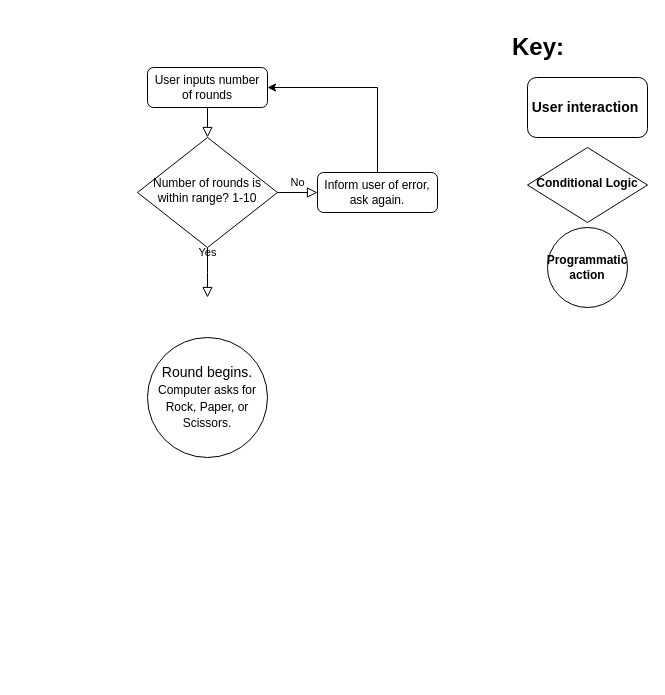
winters828/winters828 keeps this draw.io diagram as Untitled Diagram.drawio. Above is the earlier version. Source tidied: cells renumbered, new cells numbered last; positions are measured from the earlier drawing's top-left corner, leaving out a move shared by most shapes. Both pictures are drawn from the tidied source at 100%, with x=0, y=0 at pixel (137, 27).
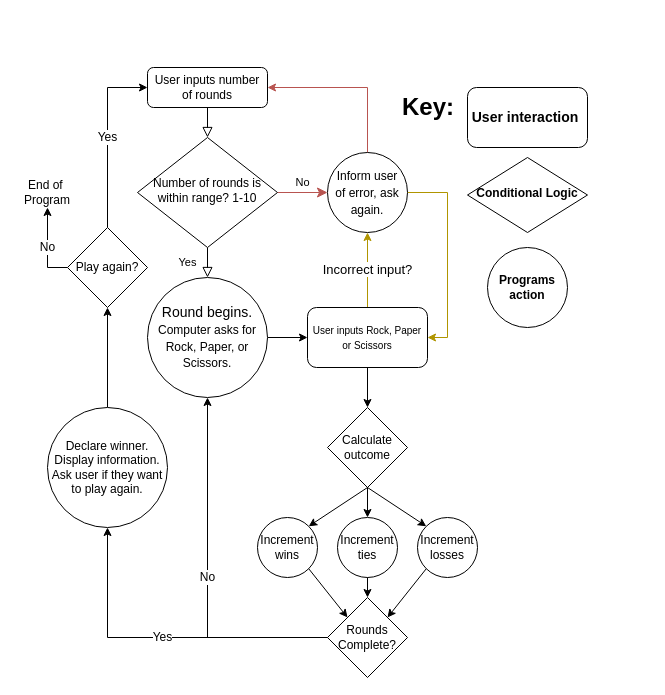
The same diagram, later.

The change refers to these unchanged cells:
```xml
<mxCell id="3" value="User inputs number of rounds" style="rounded=1;whiteSpace=wrap;html=1;fontSize=12;glass=0;strokeWidth=1;shadow=0;" parent="1" vertex="1">
  <mxGeometry x="10" y="40" width="120" height="40" as="geometry" />
</mxCell>
<mxCell id="6" value="&lt;font style=&quot;font-size: 12px;&quot;&gt;Number of rounds is within range? 1-10&lt;br&gt;&lt;/font&gt;" style="rhombus;whiteSpace=wrap;html=1;shadow=0;fontFamily=Helvetica;fontSize=12;align=center;strokeWidth=1;spacing=6;spacingTop=-4;" parent="1" vertex="1">
  <mxGeometry y="110" width="140" height="110" as="geometry" />
</mxCell>
```

What changed in the source:
```diff
@@
-    <mxCell id="4" value="Yes" style="rounded=0;html=1;jettySize=auto;fontSize=11;endArrow=block;endFill=0;endSize=8;strokeWidth=1;shadow=0;labelBackgroundColor=none;edgeStyle=orthogonalEdgeStyle;verticalAlign=middle;" parent="1" edge="1" source="6">
-      <mxGeometry y="20" relative="1" as="geometry">
-        <mxPoint x="70" y="270" as="targetPoint" />
-      </mxGeometry>
+    <mxCell id="4" value="Yes" style="rounded=0;html=1;jettySize=auto;fontSize=11;endArrow=block;endFill=0;endSize=8;strokeWidth=1;shadow=0;labelBackgroundColor=none;edgeStyle=orthogonalEdgeStyle;verticalAlign=middle;" parent="1" edge="1" source="6" target="13">
+      <mxGeometry y="20" relative="1" as="geometry" />
     </mxCell>
-    <mxCell id="5" value="No" style="edgeStyle=orthogonalEdgeStyle;rounded=0;html=1;jettySize=auto;fontSize=11;endArrow=block;endFill=0;endSize=8;strokeWidth=1;shadow=0;labelBackgroundColor=none;" parent="1" edge="1" source="6" target="8">
+    <mxCell id="5" value="No" style="edgeStyle=orthogonalEdgeStyle;rounded=0;html=1;jettySize=auto;fontSize=11;endArrow=classic;endFill=1;endSize=8;strokeWidth=1;shadow=0;labelBackgroundColor=none;entryX=0;entryY=0.5;entryDx=0;entryDy=0;labelBorderColor=none;fillColor=#f8cecc;strokeColor=#b85450;" parent="1" edge="1" source="6" target="8">
       <mxGeometry y="10" relative="1" as="geometry" />
     </mxCell>
@@
-    <mxCell id="7" style="edgeStyle=orthogonalEdgeStyle;rounded=0;jettySize=auto;html=1;entryX=1;entryY=0.5;entryDx=0;entryDy=0;strokeColor=default;" parent="1" edge="1" source="8" target="3">
-      <mxGeometry relative="1" as="geometry">
-        <Array as="points">
-          <mxPoint x="240" y="60" />
-        </Array>
-      </mxGeometry>
+    <mxCell id="7" style="edgeStyle=orthogonalEdgeStyle;rounded=0;jettySize=auto;html=1;entryX=1;entryY=0.5;entryDx=0;entryDy=0;strokeColor=#b85450;startArrow=none;exitX=0.5;exitY=0;exitDx=0;exitDy=0;fillColor=#f8cecc;" parent="1" edge="1" source="8" target="3">
+      <mxGeometry relative="1" as="geometry" />
     </mxCell>
-    <mxCell id="8" value="Inform user of error, ask again." style="rounded=1;whiteSpace=wrap;html=1;fontSize=12;glass=0;strokeWidth=1;shadow=0;" parent="1" vertex="1">
-      <mxGeometry x="180" y="145" width="120" height="40" as="geometry" />
-    </mxCell>
     <mxCell id="9" value="&lt;b&gt;Conditional Logic&lt;/b&gt;" style="rhombus;whiteSpace=wrap;html=1;shadow=0;fontFamily=Helvetica;fontSize=12;align=center;strokeWidth=1;spacing=6;spacingTop=-4;" parent="1" vertex="1">
-      <mxGeometry x="390" y="120" width="120" height="75" as="geometry" />
+      <mxGeometry x="330" y="130" width="120" height="75" as="geometry" />
     </mxCell>
-    <mxCell id="10" value="&lt;b&gt;Programmatic action&lt;/b&gt;" style="ellipse;whiteSpace=wrap;html=1;fontSize=12;" parent="1" vertex="1">
-      <mxGeometry x="410" y="200" width="80" height="80" as="geometry" />
+    <mxCell id="10" value="&lt;b&gt;Programs&lt;br&gt;action&lt;/b&gt;" style="ellipse;whiteSpace=wrap;html=1;fontSize=12;" parent="1" vertex="1">
+      <mxGeometry x="350" y="220" width="80" height="80" as="geometry" />
     </mxCell>
     <mxCell id="11" value="&lt;font style=&quot;font-size: 14px;&quot;&gt;&lt;b&gt;User interaction&amp;nbsp;&lt;/b&gt;&lt;/font&gt;" style="rounded=1;whiteSpace=wrap;html=1;fontSize=12;" parent="1" vertex="1">
-      <mxGeometry x="390" y="50" width="120" height="60" as="geometry" />
+      <mxGeometry x="330" y="60" width="120" height="60" as="geometry" />
     </mxCell>
     <mxCell id="12" value="&lt;h1&gt;Key:&lt;/h1&gt;" style="text;html=1;strokeColor=none;fillColor=none;spacing=5;spacingTop=-20;whiteSpace=wrap;overflow=hidden;rounded=0;fontSize=12;" parent="1" vertex="1">
-      <mxGeometry x="370" width="60" height="40" as="geometry" />
+      <mxGeometry x="260" y="60" width="60" height="40" as="geometry" />
     </mxCell>
+    <mxCell id="14" style="edgeStyle=orthogonalEdgeStyle;rounded=0;jettySize=auto;html=1;strokeColor=default;fontSize=12;" parent="1" edge="1" source="13" target="18">
+      <mxGeometry relative="1" as="geometry" />
+    </mxCell>
     <mxCell id="13" value="Round begins.&lt;br style=&quot;border-color: var(--border-color); font-size: 12px;&quot;&gt;&lt;span style=&quot;font-size: 12px;&quot;&gt;Computer asks for Rock, Paper, or Scissors.&lt;/span&gt;" style="ellipse;whiteSpace=wrap;html=1;fontSize=14;" parent="1" vertex="1">
-      <mxGeometry x="10" y="310" width="120" height="120" as="geometry" />
+      <mxGeometry x="10" y="250" width="120" height="120" as="geometry" />
     </mxCell>
+    <mxCell id="15" style="edgeStyle=orthogonalEdgeStyle;rounded=0;jettySize=auto;html=1;labelBorderColor=none;strokeColor=#B09500;fontSize=13;endArrow=classic;endFill=1;entryX=1;entryY=0.5;entryDx=0;entryDy=0;fillColor=#e3c800;" parent="1" edge="1" source="8" target="18">
+      <mxGeometry relative="1" as="geometry">
+        <Array as="points">
+          <mxPoint x="310" y="165" />
+          <mxPoint x="310" y="310" />
+        </Array>
+      </mxGeometry>
+    </mxCell>
+    <mxCell id="8" value="&lt;font style=&quot;font-size: 12px;&quot;&gt;Inform user &lt;br&gt;of error, ask again.&lt;/font&gt;" style="ellipse;whiteSpace=wrap;html=1;fontSize=14;" parent="1" vertex="1">
+      <mxGeometry x="190" y="125" width="80" height="80" as="geometry" />
+    </mxCell>
+    <mxCell id="16" value="Incorrect input?" style="edgeStyle=orthogonalEdgeStyle;rounded=0;jettySize=auto;html=1;labelBorderColor=none;strokeColor=#B09500;fontSize=13;endArrow=classic;endFill=1;fillColor=#e3c800;" parent="1" edge="1" source="18" target="8">
+      <mxGeometry relative="1" as="geometry" />
+    </mxCell>
+    <mxCell id="17" style="edgeStyle=orthogonalEdgeStyle;rounded=0;jettySize=auto;html=1;labelBorderColor=none;strokeColor=default;fontSize=12;endArrow=classic;endFill=1;" parent="1" edge="1" source="18" target="20">
+      <mxGeometry relative="1" as="geometry" />
+    </mxCell>
+    <mxCell id="18" value="&lt;font size=&quot;1&quot;&gt;User inputs Rock, Paper or Scissors&lt;/font&gt;" style="rounded=1;whiteSpace=wrap;html=1;fontSize=12;" parent="1" vertex="1">
+      <mxGeometry x="170" y="280" width="120" height="60" as="geometry" />
+    </mxCell>
+    <mxCell id="19" style="edgeStyle=orthogonalEdgeStyle;rounded=0;jettySize=auto;html=1;labelBorderColor=none;strokeColor=default;fontSize=12;endArrow=classic;endFill=1;" parent="1" edge="1" source="20" target="22">
+      <mxGeometry relative="1" as="geometry" />
+    </mxCell>
+    <mxCell id="20" value="Calculate&lt;br&gt;outcome" style="rhombus;whiteSpace=wrap;html=1;fontSize=12;" parent="1" vertex="1">
+      <mxGeometry x="190" y="380" width="80" height="80" as="geometry" />
+    </mxCell>
+    <mxCell id="21" value="Increment&lt;br&gt;wins" style="ellipse;whiteSpace=wrap;html=1;fontSize=12;" parent="1" vertex="1">
+      <mxGeometry x="120" y="490" width="60" height="60" as="geometry" />
+    </mxCell>
+    <mxCell id="22" value="Increment&lt;br style=&quot;border-color: var(--border-color);&quot;&gt;ties" style="ellipse;whiteSpace=wrap;html=1;fontSize=12;" parent="1" vertex="1">
+      <mxGeometry x="200" y="490" width="60" height="60" as="geometry" />
+    </mxCell>
+    <mxCell id="23" value="Increment&lt;br style=&quot;border-color: var(--border-color);&quot;&gt;losses" style="ellipse;whiteSpace=wrap;html=1;fontSize=12;" parent="1" vertex="1">
+      <mxGeometry x="280" y="490" width="60" height="60" as="geometry" />
+    </mxCell>
+    <mxCell id="24" style="endArrow=classic;html=1;rounded=0;labelBorderColor=none;strokeColor=default;fontSize=12;entryX=0;entryY=0;entryDx=0;entryDy=0;" parent="1" edge="1" target="23">
+      <mxGeometry relative="1" as="geometry">
+        <mxPoint x="230" y="460" as="sourcePoint" />
+      </mxGeometry>
+    </mxCell>
+    <mxCell id="25" style="endArrow=classic;html=1;rounded=0;labelBorderColor=none;strokeColor=default;fontSize=12;entryX=1;entryY=0;entryDx=0;entryDy=0;" parent="1" edge="1" target="21">
+      <mxGeometry relative="1" as="geometry">
+        <mxPoint x="230" y="460" as="sourcePoint" />
+      </mxGeometry>
+    </mxCell>
+    <mxCell id="26" value="Rounds&lt;br&gt;Complete?" style="rhombus;whiteSpace=wrap;html=1;fontSize=12;" parent="1" vertex="1">
+      <mxGeometry x="190" y="570" width="80" height="80" as="geometry" />
+    </mxCell>
+    <mxCell id="27" style="endArrow=classic;html=1;rounded=0;labelBorderColor=none;strokeColor=default;fontSize=12;entryX=0;entryY=0;entryDx=0;entryDy=0;exitX=1;exitY=1;exitDx=0;exitDy=0;" parent="1" edge="1" source="21" target="26">
+      <mxGeometry relative="1" as="geometry" />
+    </mxCell>
+    <mxCell id="28" style="endArrow=classic;html=1;rounded=0;labelBorderColor=none;strokeColor=default;fontSize=12;entryX=0.5;entryY=0;entryDx=0;entryDy=0;exitX=0.5;exitY=1;exitDx=0;exitDy=0;" parent="1" edge="1" source="22" target="26">
+      <mxGeometry relative="1" as="geometry" />
+    </mxCell>
+    <mxCell id="29" style="endArrow=classic;html=1;rounded=0;labelBorderColor=none;strokeColor=default;fontSize=12;exitX=0;exitY=1;exitDx=0;exitDy=0;entryX=1;entryY=0;entryDx=0;entryDy=0;" parent="1" edge="1" source="23" target="26">
+      <mxGeometry relative="1" as="geometry" />
+    </mxCell>
+    <mxCell id="30" value="No" style="endArrow=classic;html=1;rounded=0;labelBorderColor=none;strokeColor=default;fontSize=12;exitX=0;exitY=0.5;exitDx=0;exitDy=0;entryX=0.5;entryY=1;entryDx=0;entryDy=0;" parent="1" edge="1" source="26" target="13">
+      <mxGeometry relative="1" as="geometry">
+        <Array as="points">
+          <mxPoint x="70" y="610" />
+        </Array>
+      </mxGeometry>
+    </mxCell>
+    <mxCell id="31" value="Yes" style="endArrow=classic;html=1;rounded=0;labelBorderColor=none;strokeColor=default;fontSize=12;exitX=0;exitY=0.5;exitDx=0;exitDy=0;" parent="1" edge="1" source="26" target="33">
+      <mxGeometry relative="1" as="geometry">
+        <Array as="points">
+          <mxPoint x="-30" y="610" />
+        </Array>
+      </mxGeometry>
+    </mxCell>
+    <mxCell id="32" style="edgeStyle=orthogonalEdgeStyle;rounded=0;jettySize=auto;html=1;labelBorderColor=none;strokeColor=default;fontSize=12;endArrow=classic;endFill=1;" parent="1" edge="1" source="33" target="34">
+      <mxGeometry relative="1" as="geometry" />
+    </mxCell>
+    <mxCell id="33" value="&lt;font style=&quot;font-size: 12px;&quot;&gt;Declare winner. Display information. Ask user if they want to play again.&lt;/font&gt;" style="ellipse;whiteSpace=wrap;html=1;fontSize=12;" parent="1" vertex="1">
+      <mxGeometry x="-90" y="380" width="120" height="120" as="geometry" />
+    </mxCell>
+    <mxCell id="34" value="Play again?" style="rhombus;whiteSpace=wrap;html=1;fontSize=12;" parent="1" vertex="1">
+      <mxGeometry x="-70" y="200" width="80" height="80" as="geometry" />
+    </mxCell>
+    <mxCell id="35" value="Yes" style="endArrow=classic;html=1;rounded=0;labelBorderColor=none;strokeColor=default;fontSize=12;exitX=0.5;exitY=0;exitDx=0;exitDy=0;entryX=0;entryY=0.5;entryDx=0;entryDy=0;" parent="1" edge="1" source="34" target="3">
+      <mxGeometry relative="1" as="geometry">
+        <Array as="points">
+          <mxPoint x="-30" y="60" />
+        </Array>
+      </mxGeometry>
+    </mxCell>
+    <mxCell id="36" value="No" style="endArrow=classic;html=1;rounded=0;labelBorderColor=none;strokeColor=default;fontSize=12;exitX=0;exitY=0.5;exitDx=0;exitDy=0;entryX=0.5;entryY=1;entryDx=0;entryDy=0;" parent="1" edge="1" source="34" target="37">
+      <mxGeometry relative="1" as="geometry">
+        <Array as="points">
+          <mxPoint x="-90" y="240" />
+        </Array>
+      </mxGeometry>
+    </mxCell>
+    <mxCell id="37" value="End of&amp;nbsp;&lt;br&gt;Program" style="text;html=1;strokeColor=none;fillColor=none;align=center;verticalAlign=middle;whiteSpace=wrap;rounded=0;fontSize=12;" parent="1" vertex="1">
+      <mxGeometry x="-120" y="150" width="60" height="30" as="geometry" />
+    </mxCell>
```
